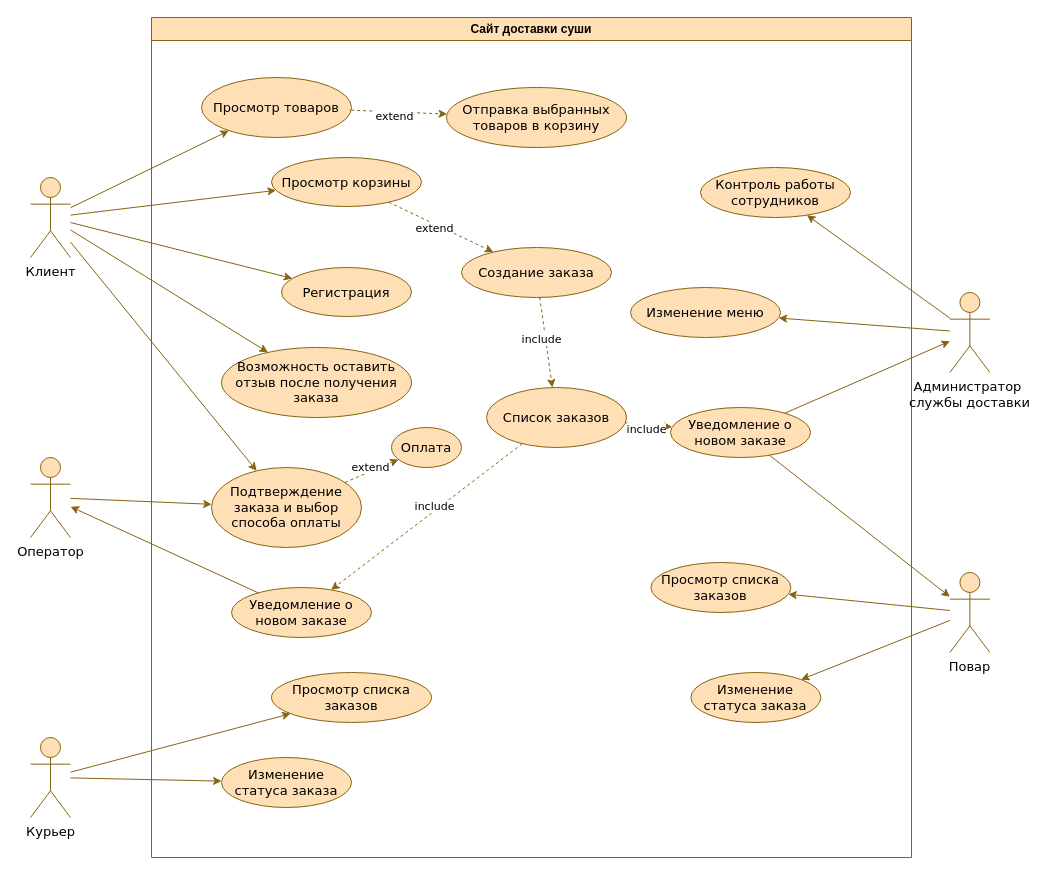
Above: 1 диаграмма use.drawio in Karidess/Reserve (draw.io), before the change. Source tidied: cells renumbered, new cells numbered last; positions are measured from the earlier drawing's top-left corner, leaving out a move shared by most shapes. Both pictures are drawn from the tidied source at 100%, with x=0, y=0 at pixel (30, 17).
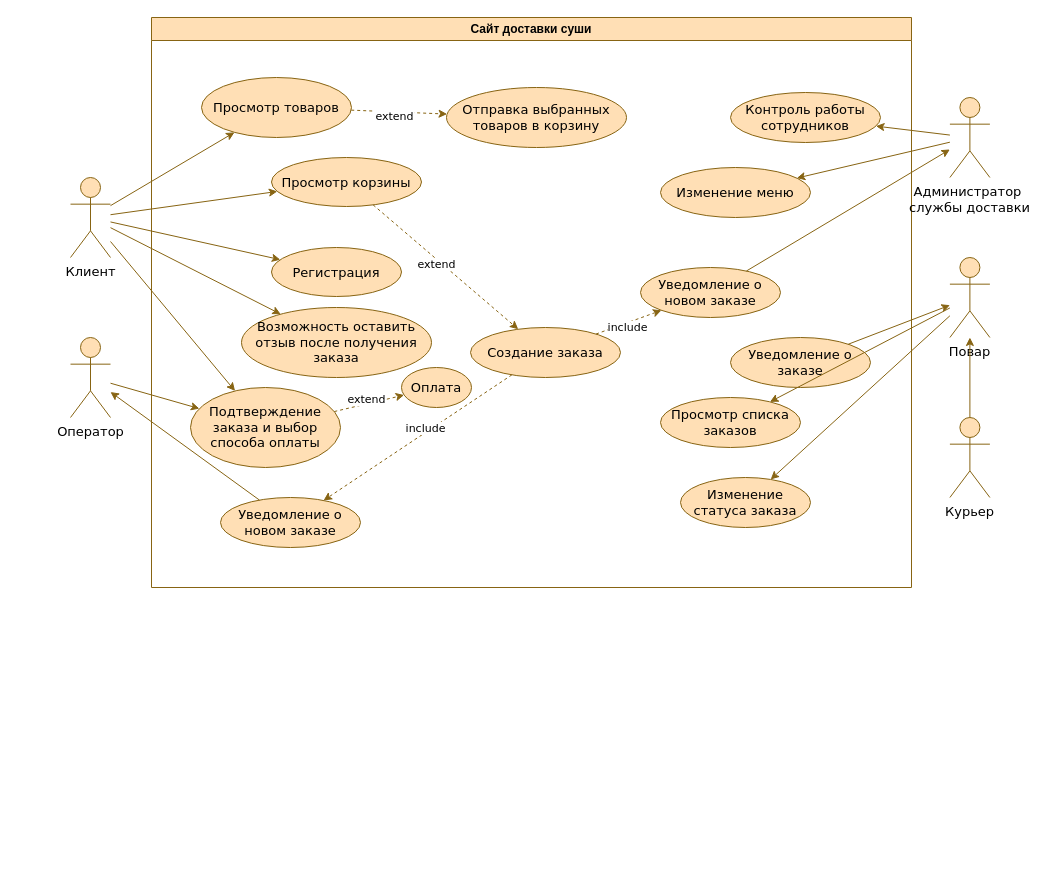
The same page after the edit.

Change to the diagram source:
```diff
@@
     <mxCell id="2" value="Сайт доставки суши" style="swimlane;whiteSpace=wrap;html=1;fillColor=#FFDFB5;strokeColor=#876413;" parent="1" vertex="1">
-      <mxGeometry x="121" width="760" height="840" as="geometry" />
+      <mxGeometry x="121" width="760" height="570" as="geometry" />
     </mxCell>
@@
     <mxCell id="6" value="&lt;font face=&quot;Verdana&quot; style=&quot;font-size: 13px;&quot;&gt;Создание заказа&lt;/font&gt;" style="ellipse;whiteSpace=wrap;html=1;strokeColor=#876413;fillColor=#FFDFB5;" parent="2" vertex="1">
-      <mxGeometry x="310" y="230" width="150" height="50" as="geometry" />
+      <mxGeometry x="319" y="310" width="150" height="50" as="geometry" />
     </mxCell>
     <mxCell id="7" value="&lt;span style=&quot;font-family: Verdana; font-size: 13px;&quot;&gt;Уведомление о новом заказе&lt;/span&gt;" style="ellipse;whiteSpace=wrap;html=1;strokeColor=#876413;fillColor=#FFDFB5;" parent="2" vertex="1">
-      <mxGeometry x="80" y="570" width="140" height="50" as="geometry" />
+      <mxGeometry x="69" y="480" width="140" height="50" as="geometry" />
     </mxCell>
-    <mxCell id="8" style="endArrow=classic;html=1;rounded=0;fontFamily=Verdana;fontSize=13;strokeColor=#876413;strokeWidth=1;dashed=1;" parent="2" edge="1" source="16" target="7">
-      <mxGeometry relative="1" as="geometry" />
-    </mxCell>
-    <mxCell id="9" value="include" style="edgeLabel;html=1;align=center;verticalAlign=middle;fontSize=11;fontFamily=Verdana;" parent="8" vertex="1">
-      <mxGeometry x="-0.1" y="-4" relative="1" as="geometry" />
-    </mxCell>
@@
     <mxCell id="14" value="&lt;font face=&quot;Verdana&quot; style=&quot;font-size: 13px;&quot;&gt;Регистрация&lt;br&gt;&lt;/font&gt;" style="ellipse;whiteSpace=wrap;html=1;strokeColor=#876413;fillColor=#FFDFB5;" parent="2" vertex="1">
-      <mxGeometry x="130" y="250" width="130" height="49" as="geometry" />
+      <mxGeometry x="120" y="230" width="130" height="49" as="geometry" />
     </mxCell>
     <mxCell id="15" value="&lt;span style=&quot;font-family: Verdana; font-size: 13px;&quot;&gt;Контроль работы сотрудников&lt;/span&gt;" style="ellipse;whiteSpace=wrap;html=1;strokeColor=#876413;fillColor=#FFDFB5;" parent="2" vertex="1">
-      <mxGeometry x="549" y="150" width="150" height="50" as="geometry" />
+      <mxGeometry x="579" y="75" width="150" height="50" as="geometry" />
     </mxCell>
-    <mxCell id="16" value="&lt;font face=&quot;Verdana&quot; style=&quot;font-size: 13px;&quot;&gt;Список заказов&lt;/font&gt;" style="ellipse;whiteSpace=wrap;html=1;strokeColor=#876413;fillColor=#FFDFB5;" parent="2" vertex="1">
-      <mxGeometry x="335" y="370" width="140" height="60" as="geometry" />
-    </mxCell>
     <mxCell id="17" value="&lt;span style=&quot;font-family: Verdana; font-size: 13px;&quot;&gt;Уведомление о новом заказе&lt;/span&gt;" style="ellipse;whiteSpace=wrap;html=1;strokeColor=#876413;fillColor=#FFDFB5;" parent="2" vertex="1">
-      <mxGeometry x="519" y="390" width="140" height="50" as="geometry" />
+      <mxGeometry x="489" y="250" width="140" height="50" as="geometry" />
     </mxCell>
-    <mxCell id="18" style="endArrow=classic;html=1;rounded=0;fontFamily=Verdana;fontSize=13;strokeColor=#876413;strokeWidth=1;dashed=1;" parent="2" edge="1" source="16" target="17">
-      <mxGeometry relative="1" as="geometry" />
-    </mxCell>
-    <mxCell id="19" value="include" style="edgeLabel;html=1;align=center;verticalAlign=middle;fontSize=11;fontFamily=Verdana;" parent="18" vertex="1">
-      <mxGeometry x="-0.1" y="-4" relative="1" as="geometry" />
-    </mxCell>
     <mxCell id="20" value="&lt;font face=&quot;Verdana&quot;&gt;&lt;span style=&quot;font-size: 13px;&quot;&gt;Изменение меню&lt;/span&gt;&lt;/font&gt;" style="ellipse;whiteSpace=wrap;html=1;strokeColor=#876413;fillColor=#FFDFB5;" parent="2" vertex="1">
-      <mxGeometry x="479" y="270" width="150" height="50" as="geometry" />
+      <mxGeometry x="509" y="150" width="150" height="50" as="geometry" />
     </mxCell>
     <mxCell id="21" value="&lt;span style=&quot;font-family: Verdana; font-size: 13px;&quot;&gt;Подтверждение заказа и выбор способа оплаты&lt;/span&gt;" style="ellipse;whiteSpace=wrap;html=1;strokeColor=#876413;fillColor=#FFDFB5;" parent="2" vertex="1">
-      <mxGeometry x="60" y="450" width="150" height="80" as="geometry" />
+      <mxGeometry x="39" y="370" width="150" height="80" as="geometry" />
     </mxCell>
     <mxCell id="22" value="&lt;font face=&quot;Verdana&quot;&gt;&lt;span style=&quot;font-size: 13px;&quot;&gt;Оплата&lt;/span&gt;&lt;/font&gt;" style="ellipse;whiteSpace=wrap;html=1;strokeColor=#876413;fillColor=#FFDFB5;" parent="2" vertex="1">
-      <mxGeometry x="240" y="410" width="70" height="40" as="geometry" />
+      <mxGeometry x="250" y="350" width="70" height="40" as="geometry" />
     </mxCell>
@@
-    <mxCell id="25" style="endArrow=classic;html=1;rounded=0;fontFamily=Verdana;fontSize=13;strokeColor=#876413;strokeWidth=1;dashed=1;" parent="2" edge="1" source="6" target="16">
+    <mxCell id="25" style="endArrow=classic;html=1;rounded=0;fontFamily=Verdana;fontSize=13;strokeColor=#876413;strokeWidth=1;dashed=1;" parent="2" edge="1" source="6" target="7">
       <mxGeometry relative="1" as="geometry" />
     </mxCell>
@@
     <mxCell id="27" value="&lt;font face=&quot;Verdana&quot; style=&quot;font-size: 13px;&quot;&gt;Возможность оставить отзыв после получения заказа&lt;br&gt;&lt;/font&gt;" style="ellipse;whiteSpace=wrap;html=1;strokeColor=#876413;fillColor=#FFDFB5;" parent="2" vertex="1">
-      <mxGeometry x="70" y="330" width="190" height="70" as="geometry" />
+      <mxGeometry x="90" y="290" width="190" height="70" as="geometry" />
     </mxCell>
     <mxCell id="28" value="&lt;span style=&quot;font-family: Verdana; font-size: 13px;&quot;&gt;Изменение статуса заказа&lt;/span&gt;" style="ellipse;whiteSpace=wrap;html=1;strokeColor=#876413;fillColor=#FFDFB5;" parent="2" vertex="1">
-      <mxGeometry x="539.4" y="655" width="130" height="50" as="geometry" />
+      <mxGeometry x="529" y="460" width="130" height="50" as="geometry" />
     </mxCell>
     <mxCell id="29" value="&lt;span style=&quot;font-family: Verdana; font-size: 13px;&quot;&gt;Просмотр списка заказов&lt;/span&gt;" style="ellipse;whiteSpace=wrap;html=1;strokeColor=#876413;fillColor=#FFDFB5;" parent="2" vertex="1">
-      <mxGeometry x="499.4" y="545" width="140" height="50" as="geometry" />
+      <mxGeometry x="509" y="380" width="140" height="50" as="geometry" />
     </mxCell>
-    <mxCell id="30" value="&lt;font face=&quot;Verdana&quot;&gt;&lt;span style=&quot;font-size: 13px;&quot;&gt;Просмотр списка заказов&lt;/span&gt;&lt;/font&gt;" style="ellipse;whiteSpace=wrap;html=1;strokeColor=#876413;fillColor=#FFDFB5;" parent="2" vertex="1">
-      <mxGeometry x="120" y="655" width="160" height="50" as="geometry" />
-    </mxCell>
-    <mxCell id="31" value="&lt;span style=&quot;font-family: Verdana; font-size: 13px;&quot;&gt;Изменение статуса заказа&lt;/span&gt;" style="ellipse;whiteSpace=wrap;html=1;strokeColor=#876413;fillColor=#FFDFB5;" parent="2" vertex="1">
-      <mxGeometry x="70" y="740" width="130" height="50" as="geometry" />
-    </mxCell>
+    <mxCell id="52" style="endArrow=classic;html=1;rounded=0;fontFamily=Verdana;fontSize=13;strokeColor=#876413;strokeWidth=1;dashed=1;" parent="2" edge="1" source="6" target="17">
+      <mxGeometry relative="1" as="geometry" />
+    </mxCell>
+    <mxCell id="53" value="include" style="edgeLabel;html=1;align=center;verticalAlign=middle;fontSize=11;fontFamily=Verdana;" parent="52" vertex="1">
+      <mxGeometry x="-0.1" y="-4" relative="1" as="geometry" />
+    </mxCell>
+    <mxCell id="54" value="&lt;span style=&quot;font-family: Verdana; font-size: 13px;&quot;&gt;Уведомление о заказе&lt;/span&gt;" style="ellipse;whiteSpace=wrap;html=1;strokeColor=#876413;fillColor=#FFDFB5;" parent="2" vertex="1">
+      <mxGeometry x="579" y="320" width="140" height="50" as="geometry" />
+    </mxCell>
@@
     <mxCell id="33" value="Клиент" style="shape=umlActor;verticalLabelPosition=bottom;verticalAlign=top;html=1;outlineConnect=0;strokeColor=#876413;fontFamily=Verdana;fontSize=13;fillColor=#FFDFB5;" parent="1" vertex="1">
-      <mxGeometry y="160" width="40" height="80" as="geometry" />
+      <mxGeometry x="40" y="160" width="40" height="80" as="geometry" />
     </mxCell>
     <mxCell id="34" value="Оператор" style="shape=umlActor;verticalLabelPosition=bottom;verticalAlign=top;html=1;outlineConnect=0;strokeColor=#876413;fontFamily=Verdana;fontSize=13;fillColor=#FFDFB5;" parent="1" vertex="1">
-      <mxGeometry y="440" width="40" height="80" as="geometry" />
+      <mxGeometry x="40" y="320" width="40" height="80" as="geometry" />
     </mxCell>
     <mxCell id="35" value="Курьер" style="shape=umlActor;verticalLabelPosition=bottom;verticalAlign=top;html=1;outlineConnect=0;strokeColor=#876413;fontFamily=Verdana;fontSize=13;fillColor=#FFDFB5;" parent="1" vertex="1">
-      <mxGeometry y="720" width="40" height="80" as="geometry" />
+      <mxGeometry x="919.4" y="400" width="40" height="80" as="geometry" />
     </mxCell>
     <mxCell id="36" value="Администратор&amp;nbsp;&lt;br&gt;службы доставки" style="shape=umlActor;verticalLabelPosition=bottom;verticalAlign=top;html=1;outlineConnect=0;strokeColor=#876413;fontFamily=Verdana;fontSize=13;fillColor=#FFDFB5;" parent="1" vertex="1">
-      <mxGeometry x="919.4" y="275" width="40" height="80" as="geometry" />
+      <mxGeometry x="919.4" y="80" width="40" height="80" as="geometry" />
     </mxCell>
@@
     <mxCell id="45" value="Повар" style="shape=umlActor;verticalLabelPosition=bottom;verticalAlign=top;html=1;outlineConnect=0;strokeColor=#876413;fontFamily=Verdana;fontSize=13;fillColor=#FFDFB5;" parent="1" vertex="1">
-      <mxGeometry x="919.4" y="555" width="40" height="80" as="geometry" />
+      <mxGeometry x="919.4" y="240" width="40" height="80" as="geometry" />
     </mxCell>
-    <mxCell id="46" style="endArrow=classic;html=1;rounded=0;fontFamily=Verdana;fontSize=13;strokeColor=#876413;strokeWidth=1;" parent="1" edge="1" source="17" target="45">
+    <mxCell id="46" style="endArrow=classic;html=1;rounded=0;fontFamily=Verdana;fontSize=13;strokeColor=#876413;strokeWidth=1;" parent="1" edge="1" source="54" target="45">
       <mxGeometry relative="1" as="geometry" />
     </mxCell>
@@
-    <mxCell id="50" style="endArrow=classic;html=1;rounded=0;fontFamily=Verdana;fontSize=13;strokeColor=#876413;strokeWidth=1;" parent="1" edge="1" source="35" target="30">
+    <mxCell id="50" style="endArrow=classic;html=1;rounded=0;fontFamily=Verdana;fontSize=13;strokeColor=#876413;strokeWidth=1;" parent="1" edge="1" source="35" target="45">
       <mxGeometry relative="1" as="geometry" />
     </mxCell>
-    <mxCell id="51" style="endArrow=classic;html=1;rounded=0;fontFamily=Verdana;fontSize=13;strokeColor=#876413;strokeWidth=1;" parent="1" edge="1" source="35" target="31">
-      <mxGeometry relative="1" as="geometry" />
-    </mxCell>
```
